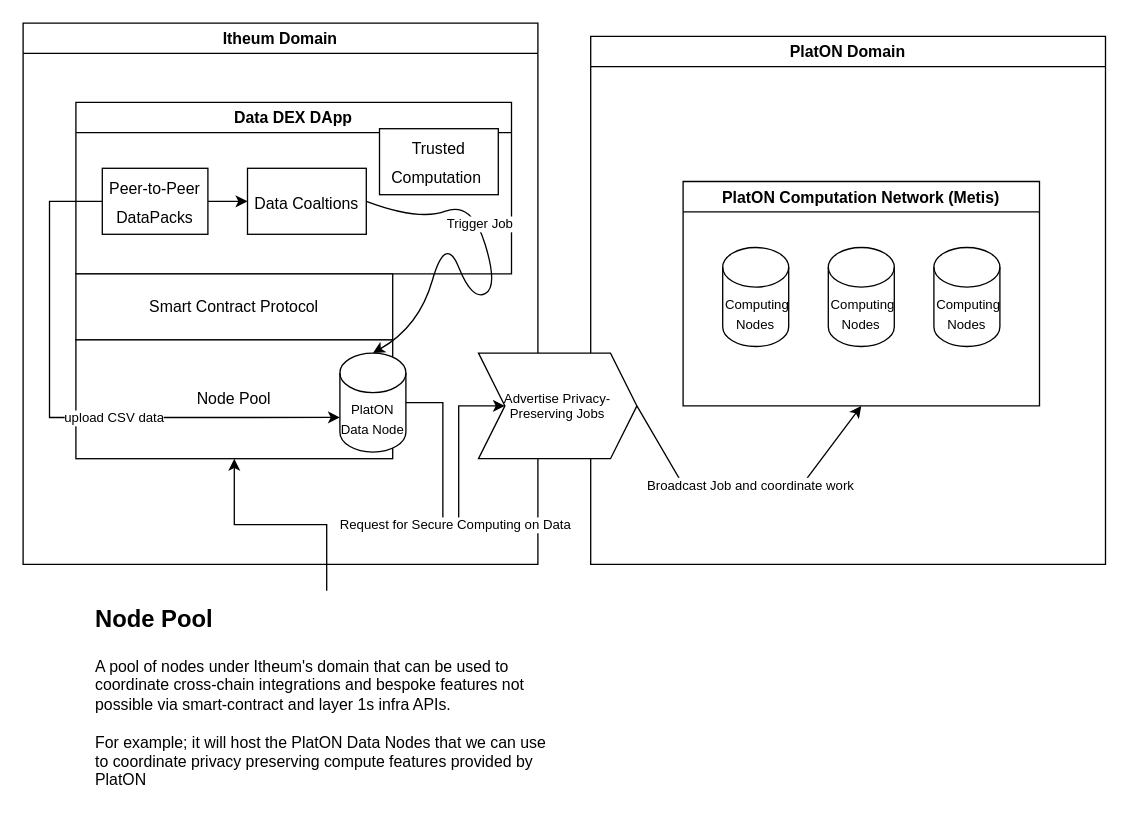
Earlier version of the draw.io diagram partner_integrations.drawio (Itheum/architecture-diagrams). Source tidied: cells renumbered, new cells numbered last; positions are measured from the earlier drawing's top-left corner, leaving out a move shared by most shapes. Both pictures are drawn from the tidied source at 132%, with x=0, y=0 at pixel (22, 22).
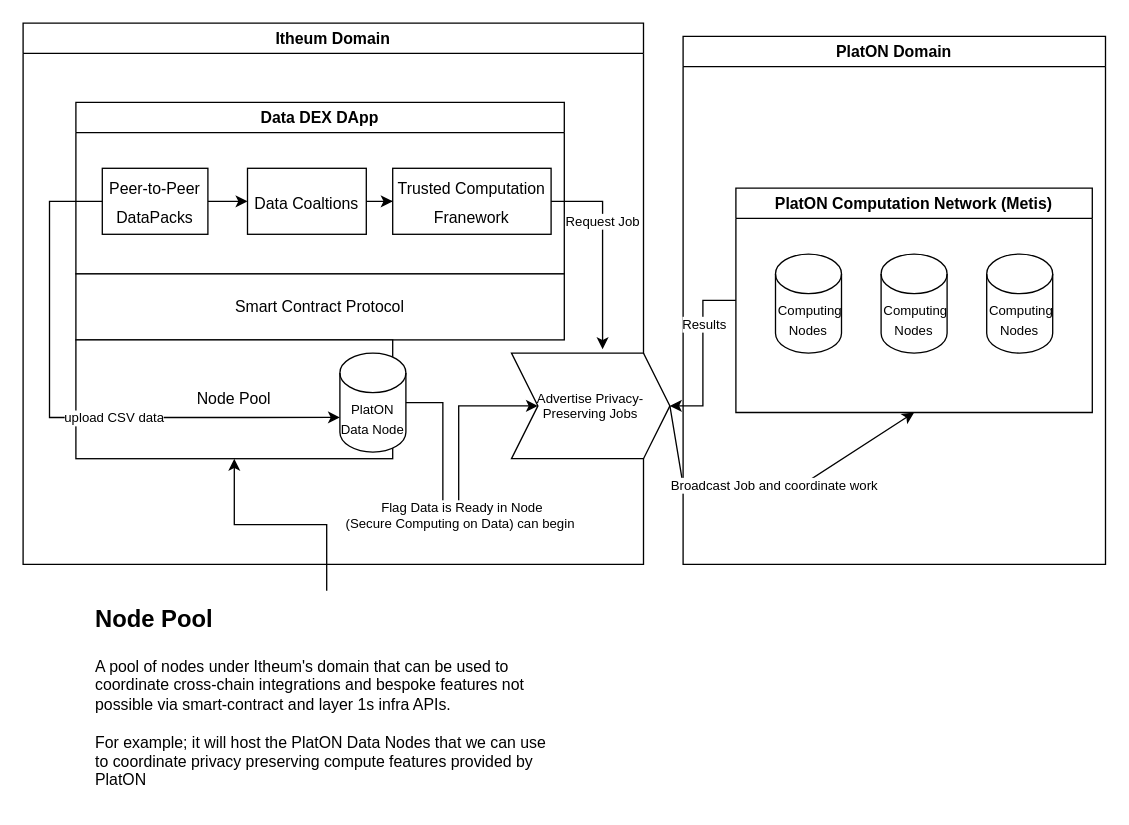
The same page after the edit.

Commit message:
PlatON Data Node Plan Done.drawio

Unchanged cells that the change refers to:
```xml
<mxCell id="4" value="&lt;font style=&quot;font-size: 12px&quot;&gt;Data Coaltions&lt;/font&gt;" style="rounded=0;whiteSpace=wrap;html=1;fontSize=18;" parent="3" vertex="1">
  <mxGeometry x="130" y="50" width="90" height="50" as="geometry" />
</mxCell>
<mxCell id="10" value="&lt;font style=&quot;font-size: 10px&quot;&gt;PlatON Data Node&lt;/font&gt;" style="shape=cylinder3;whiteSpace=wrap;html=1;boundedLbl=1;backgroundOutline=1;size=15;fontSize=12;" parent="2" vertex="1">
  <mxGeometry x="240" y="250" width="50" height="75" as="geometry" />
</mxCell>
```

Change to the diagram source:
```diff
@@
     <mxCell id="2" value="Itheum Domain" style="swimlane;" parent="1" vertex="1">
-      <mxGeometry width="390" height="410" as="geometry" />
+      <mxGeometry width="470" height="410" as="geometry" />
     </mxCell>
     <mxCell id="3" value="Data DEX DApp" style="swimlane;" parent="2" vertex="1">
-      <mxGeometry x="40" y="60" width="330" height="130" as="geometry" />
+      <mxGeometry x="40" y="60" width="370" height="130" as="geometry" />
     </mxCell>
+    <mxCell id="27" style="edgeStyle=orthogonalEdgeStyle;rounded=0;jettySize=auto;html=1;fontSize=10;" parent="3" edge="1" source="4" target="7">
+      <mxGeometry relative="1" as="geometry" />
+    </mxCell>
@@
-    <mxCell id="7" value="&lt;font style=&quot;font-size: 12px&quot;&gt;Trusted Computation&amp;nbsp;&lt;/font&gt;" style="rounded=0;whiteSpace=wrap;html=1;fontSize=18;" parent="3" vertex="1">
-      <mxGeometry x="230" y="20" width="90" height="50" as="geometry" />
+    <mxCell id="7" value="&lt;font style=&quot;font-size: 12px&quot;&gt;Trusted Computation Franework&lt;/font&gt;" style="rounded=0;whiteSpace=wrap;html=1;fontSize=18;" parent="3" vertex="1">
+      <mxGeometry x="240" y="50" width="120" height="50" as="geometry" />
     </mxCell>
     <mxCell id="8" value="Smart Contract Protocol" style="rounded=0;whiteSpace=wrap;html=1;" parent="2" vertex="1">
-      <mxGeometry x="40" y="190" width="240" height="50" as="geometry" />
+      <mxGeometry x="40" y="190" width="370" height="50" as="geometry" />
     </mxCell>
@@
-    <mxCell id="11" style="curved=1;endArrow=classic;html=1;rounded=0;fontSize=10;exitX=1;exitY=0.5;exitDx=0;exitDy=0;entryX=0.5;entryY=0;entryDx=0;entryDy=0;entryPerimeter=0;" parent="2" edge="1" source="4" target="10">
-      <mxGeometry relative="1" as="geometry">
-        <Array as="points">
-          <mxPoint x="300" y="150" />
-          <mxPoint x="340" y="135" />
-          <mxPoint x="360" y="200" />
-          <mxPoint x="340" y="210" />
-          <mxPoint x="320" y="160" />
-          <mxPoint x="300" y="230" />
-        </Array>
-      </mxGeometry>
-    </mxCell>
-    <mxCell id="12" value="Trigger Job" style="edgeLabel;html=1;align=center;verticalAlign=middle;fontSize=10;" parent="11" vertex="1">
-      <mxGeometry x="-0.4" relative="1" as="geometry" />
-    </mxCell>
@@
+    <mxCell id="22" value="Advertise Privacy-Preserving Jobs" style="shape=step;perimeter=stepPerimeter;whiteSpace=wrap;html=1;fixedSize=1;fontSize=10;" parent="2" vertex="1">
+      <mxGeometry x="370" y="250" width="120" height="80" as="geometry" />
+    </mxCell>
+    <mxCell id="23" style="edgeStyle=orthogonalEdgeStyle;rounded=0;jettySize=auto;html=1;exitX=1;exitY=0.5;exitDx=0;exitDy=0;exitPerimeter=0;entryX=0;entryY=0.5;entryDx=0;entryDy=0;fontSize=10;" parent="2" edge="1" source="10" target="22">
+      <mxGeometry relative="1" as="geometry">
+        <Array as="points">
+          <mxPoint x="318" y="288" />
+          <mxPoint x="318" y="380" />
+          <mxPoint x="330" y="380" />
+          <mxPoint x="330" y="290" />
+        </Array>
+      </mxGeometry>
+    </mxCell>
+    <mxCell id="24" value="&amp;nbsp;Flag Data is Ready in Node &lt;br&gt;(Secure Computing on Data) can begin" style="edgeLabel;html=1;align=center;verticalAlign=middle;fontSize=10;" parent="23" vertex="1">
+      <mxGeometry x="-0.01" y="1" relative="1" as="geometry">
+        <mxPoint x="1" as="offset" />
+      </mxGeometry>
+    </mxCell>
+    <mxCell id="28" style="edgeStyle=orthogonalEdgeStyle;rounded=0;jettySize=auto;html=1;exitX=1;exitY=0.5;exitDx=0;exitDy=0;entryX=0.575;entryY=-0.037;entryDx=0;entryDy=0;entryPerimeter=0;fontSize=10;" parent="2" edge="1" source="7" target="22">
+      <mxGeometry relative="1" as="geometry" />
+    </mxCell>
+    <mxCell id="29" value="Request Job" style="edgeLabel;html=1;align=center;verticalAlign=middle;fontSize=10;" parent="28" vertex="1">
+      <mxGeometry x="-0.3" y="-1" relative="1" as="geometry" />
+    </mxCell>
     <mxCell id="15" value="PlatON Domain" style="swimlane;" parent="1" vertex="1">
-      <mxGeometry x="430" y="10" width="390" height="400" as="geometry" />
+      <mxGeometry x="500" y="10" width="320" height="400" as="geometry" />
     </mxCell>
     <mxCell id="16" value="PlatON Computation Network (Metis)" style="swimlane;" parent="15" vertex="1">
-      <mxGeometry x="70" y="110" width="270" height="170" as="geometry" />
+      <mxGeometry x="40" y="115" width="270" height="170" as="geometry" />
     </mxCell>
@@
-    <mxCell id="22" value="Advertise Privacy-Preserving Jobs" style="shape=step;perimeter=stepPerimeter;whiteSpace=wrap;html=1;fixedSize=1;fontSize=10;" parent="1" vertex="1">
-      <mxGeometry x="345" y="250" width="120" height="80" as="geometry" />
-    </mxCell>
-    <mxCell id="23" style="edgeStyle=orthogonalEdgeStyle;rounded=0;jettySize=auto;html=1;exitX=1;exitY=0.5;exitDx=0;exitDy=0;exitPerimeter=0;entryX=0;entryY=0.5;entryDx=0;entryDy=0;fontSize=10;" parent="1" edge="1" source="10" target="22">
-      <mxGeometry relative="1" as="geometry">
-        <Array as="points">
-          <mxPoint x="318" y="288" />
-          <mxPoint x="318" y="380" />
-          <mxPoint x="330" y="380" />
-          <mxPoint x="330" y="290" />
-        </Array>
-      </mxGeometry>
-    </mxCell>
-    <mxCell id="24" value="&amp;nbsp;Request for Secure Computing on Data" style="edgeLabel;html=1;align=center;verticalAlign=middle;fontSize=10;" parent="23" vertex="1">
-      <mxGeometry x="-0.01" y="1" relative="1" as="geometry">
-        <mxPoint x="1" as="offset" />
-      </mxGeometry>
-    </mxCell>
@@
+    <mxCell id="30" style="edgeStyle=orthogonalEdgeStyle;rounded=0;jettySize=auto;html=1;exitX=0;exitY=0.5;exitDx=0;exitDy=0;fontSize=10;" parent="1" edge="1" source="16" target="22">
+      <mxGeometry relative="1" as="geometry" />
+    </mxCell>
+    <mxCell id="31" value="Results" style="edgeLabel;html=1;align=center;verticalAlign=middle;fontSize=10;" parent="30" vertex="1">
+      <mxGeometry x="-0.35" relative="1" as="geometry" />
+    </mxCell>
```
